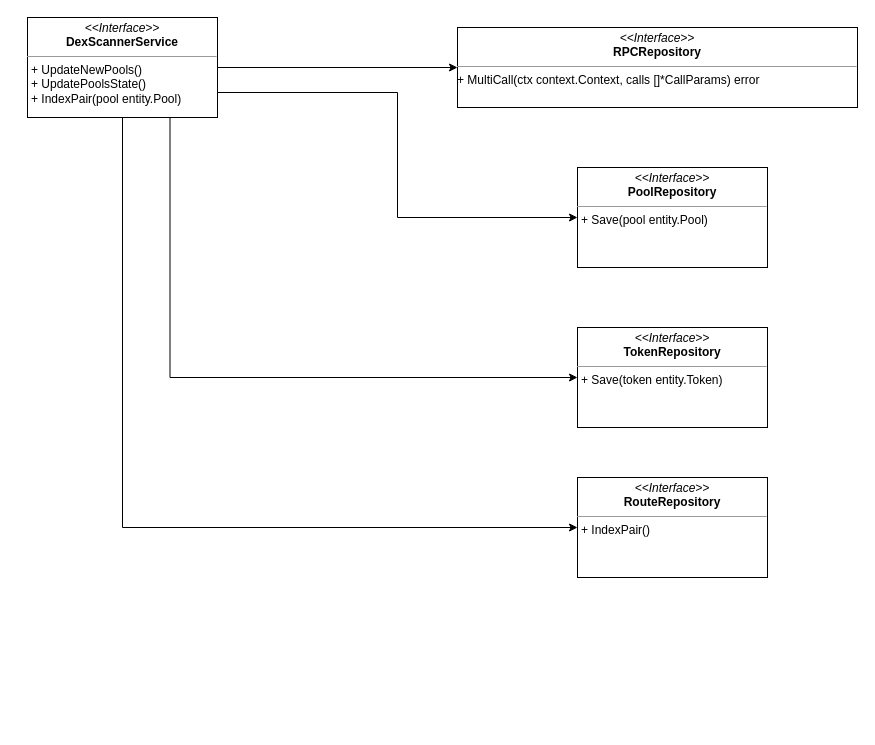
Before: aggregator/Pool Scanner Interfaces.drawio in piavgh/draw.io-data, a draw.io diagram. Source tidied: cells renumbered, new cells numbered last; positions are measured from the earlier drawing's top-left corner, leaving out a move shared by most shapes. Both pictures are drawn from the tidied source at 100%, with x=0, y=0 at pixel (27, 17).
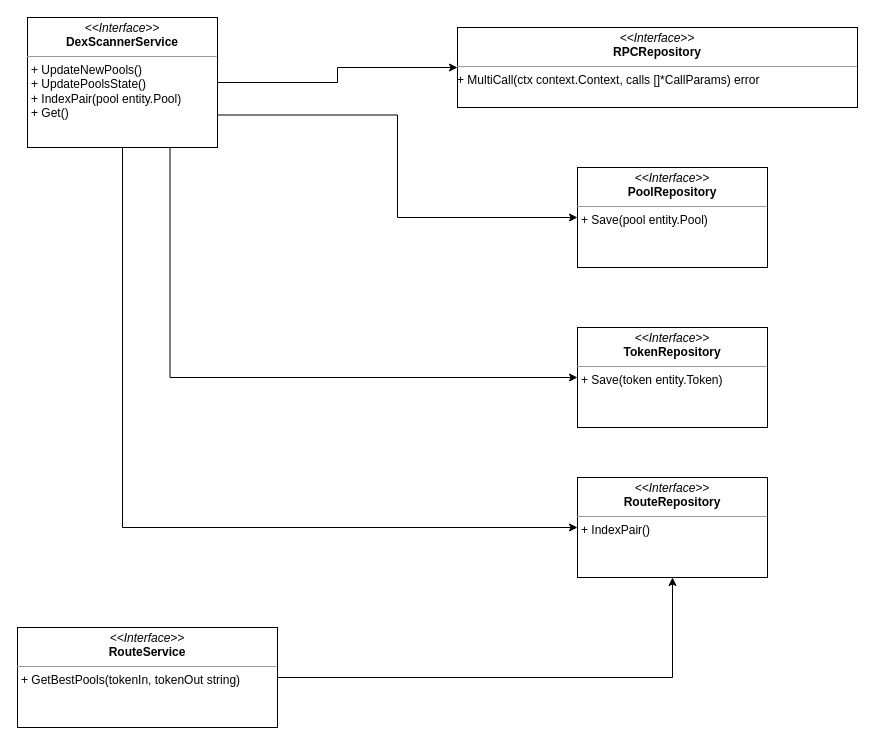
Above is the later version.

Diff of the diagram source:
```diff
@@
 <mxGraphModel>
   <root>
     <mxCell id="0" />
     <mxCell id="1" parent="0" />
     <mxCell id="2" style="edgeStyle=orthogonalEdgeStyle;rounded=0;jettySize=auto;html=1;entryX=0;entryY=0.5;entryDx=0;entryDy=0;" parent="1" edge="1" source="6" target="7">
       <mxGeometry relative="1" as="geometry" />
     </mxCell>
     <mxCell id="3" style="edgeStyle=orthogonalEdgeStyle;rounded=0;jettySize=auto;html=1;exitX=1;exitY=0.75;exitDx=0;exitDy=0;entryX=0;entryY=0.5;entryDx=0;entryDy=0;" parent="1" edge="1" source="6" target="8">
       <mxGeometry relative="1" as="geometry" />
     </mxCell>
     <mxCell id="4" style="edgeStyle=orthogonalEdgeStyle;rounded=0;jettySize=auto;html=1;exitX=0.75;exitY=1;exitDx=0;exitDy=0;entryX=0;entryY=0.5;entryDx=0;entryDy=0;" parent="1" edge="1" source="6" target="9">
       <mxGeometry relative="1" as="geometry" />
     </mxCell>
     <mxCell id="5" style="edgeStyle=orthogonalEdgeStyle;rounded=0;jettySize=auto;html=1;exitX=0.5;exitY=1;exitDx=0;exitDy=0;entryX=0;entryY=0.5;entryDx=0;entryDy=0;" parent="1" edge="1" source="6" target="10">
       <mxGeometry relative="1" as="geometry" />
     </mxCell>
-    <mxCell id="6" value="&lt;p style=&quot;margin:0px;margin-top:4px;text-align:center;&quot;&gt;&lt;i&gt;&amp;lt;&amp;lt;Interface&amp;gt;&amp;gt;&lt;/i&gt;&lt;br&gt;&lt;b&gt;DexScannerService&lt;/b&gt;&lt;/p&gt;&lt;hr size=&quot;1&quot;&gt;&lt;p style=&quot;margin:0px;margin-left:4px;&quot;&gt;+ UpdateNewPools()&lt;br&gt;+ UpdatePoolsState()&lt;br&gt;+ IndexPair(pool entity.Pool)&lt;/p&gt;" style="verticalAlign=top;align=left;overflow=fill;fontSize=12;fontFamily=Helvetica;html=1;" parent="1" vertex="1">
-      <mxGeometry width="190" height="100" as="geometry" />
+    <mxCell id="6" value="&lt;p style=&quot;margin:0px;margin-top:4px;text-align:center;&quot;&gt;&lt;i&gt;&amp;lt;&amp;lt;Interface&amp;gt;&amp;gt;&lt;/i&gt;&lt;br&gt;&lt;b&gt;DexScannerService&lt;/b&gt;&lt;/p&gt;&lt;hr size=&quot;1&quot;&gt;&lt;p style=&quot;margin:0px;margin-left:4px;&quot;&gt;+ UpdateNewPools()&lt;br&gt;+ UpdatePoolsState()&lt;br&gt;+ IndexPair(pool entity.Pool)&lt;/p&gt;&lt;p style=&quot;margin:0px;margin-left:4px;&quot;&gt;+ Get()&lt;/p&gt;" style="verticalAlign=top;align=left;overflow=fill;fontSize=12;fontFamily=Helvetica;html=1;" parent="1" vertex="1">
+      <mxGeometry width="190" height="130" as="geometry" />
     </mxCell>
     <mxCell id="7" value="&lt;p style=&quot;margin:0px;margin-top:4px;text-align:center;&quot;&gt;&lt;i&gt;&amp;lt;&amp;lt;Interface&amp;gt;&amp;gt;&lt;/i&gt;&lt;br&gt;&lt;b&gt;RPCRepository&lt;/b&gt;&lt;/p&gt;&lt;hr size=&quot;1&quot;&gt;&lt;p style=&quot;margin:0px;margin-left:4px;&quot;&gt;&lt;/p&gt;+ MultiCall(ctx context.Context, calls []*CallParams) error" style="verticalAlign=top;align=left;overflow=fill;fontSize=12;fontFamily=Helvetica;html=1;" parent="1" vertex="1">
       <mxGeometry x="430" y="10" width="400" height="80" as="geometry" />
     </mxCell>
     <mxCell id="8" value="&lt;p style=&quot;margin:0px;margin-top:4px;text-align:center;&quot;&gt;&lt;i&gt;&amp;lt;&amp;lt;Interface&amp;gt;&amp;gt;&lt;/i&gt;&lt;br&gt;&lt;b&gt;PoolRepository&lt;/b&gt;&lt;/p&gt;&lt;hr size=&quot;1&quot;&gt;&lt;p style=&quot;margin:0px;margin-left:4px;&quot;&gt;+ Save(pool entity.Pool)&lt;/p&gt;" style="verticalAlign=top;align=left;overflow=fill;fontSize=12;fontFamily=Helvetica;html=1;" parent="1" vertex="1">
       <mxGeometry x="550" y="150" width="190" height="100" as="geometry" />
     </mxCell>
     <mxCell id="9" value="&lt;p style=&quot;margin:0px;margin-top:4px;text-align:center;&quot;&gt;&lt;i&gt;&amp;lt;&amp;lt;Interface&amp;gt;&amp;gt;&lt;/i&gt;&lt;br&gt;&lt;b&gt;TokenRepository&lt;/b&gt;&lt;/p&gt;&lt;hr size=&quot;1&quot;&gt;&lt;p style=&quot;margin:0px;margin-left:4px;&quot;&gt;+ Save(token entity.Token)&lt;/p&gt;" style="verticalAlign=top;align=left;overflow=fill;fontSize=12;fontFamily=Helvetica;html=1;" parent="1" vertex="1">
       <mxGeometry x="550" y="310" width="190" height="100" as="geometry" />
     </mxCell>
     <mxCell id="10" value="&lt;p style=&quot;margin:0px;margin-top:4px;text-align:center;&quot;&gt;&lt;i&gt;&amp;lt;&amp;lt;Interface&amp;gt;&amp;gt;&lt;/i&gt;&lt;br&gt;&lt;b&gt;RouteRepository&lt;/b&gt;&lt;/p&gt;&lt;hr size=&quot;1&quot;&gt;&lt;p style=&quot;margin:0px;margin-left:4px;&quot;&gt;+ IndexPair()&lt;/p&gt;" style="verticalAlign=top;align=left;overflow=fill;fontSize=12;fontFamily=Helvetica;html=1;" parent="1" vertex="1">
       <mxGeometry x="550" y="460" width="190" height="100" as="geometry" />
     </mxCell>
+    <mxCell id="11" style="edgeStyle=orthogonalEdgeStyle;rounded=0;jettySize=auto;html=1;entryX=0.5;entryY=1;entryDx=0;entryDy=0;" parent="1" edge="1" source="12" target="10">
+      <mxGeometry relative="1" as="geometry" />
+    </mxCell>
+    <mxCell id="12" value="&lt;p style=&quot;margin:0px;margin-top:4px;text-align:center;&quot;&gt;&lt;i&gt;&amp;lt;&amp;lt;Interface&amp;gt;&amp;gt;&lt;/i&gt;&lt;br&gt;&lt;b&gt;RouteService&lt;/b&gt;&lt;/p&gt;&lt;hr size=&quot;1&quot;&gt;&lt;p style=&quot;margin:0px;margin-left:4px;&quot;&gt;+ GetBestPools(tokenIn, tokenOut string)&lt;/p&gt;" style="verticalAlign=top;align=left;overflow=fill;fontSize=12;fontFamily=Helvetica;html=1;" parent="1" vertex="1">
+      <mxGeometry x="-10" y="610" width="260" height="100" as="geometry" />
+    </mxCell>
   </root>
 </mxGraphModel>
```
